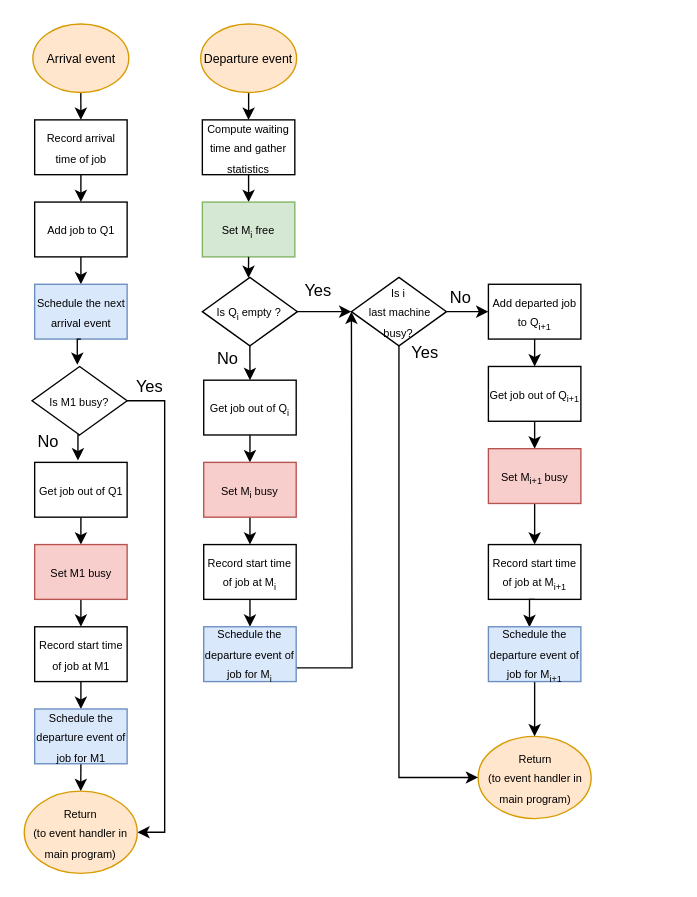
The draw.io diagram page "4.1.1" (1 of 2) of MIC.drawio in Chaiyachet211311/MIC-1CV50, before the edit. Source tidied: cells renumbered, new cells numbered last; positions are measured from the earlier drawing's top-left corner, leaving out a move shared by most shapes. Both pictures are drawn from the tidied source at 137%, with x=0, y=0 at pixel (23, 23).
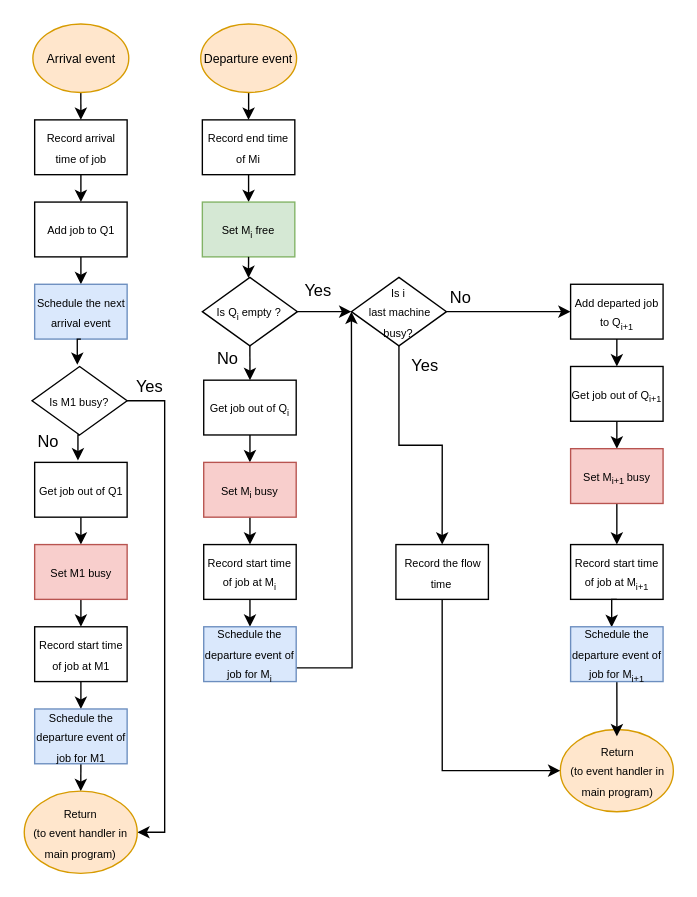
After the change.

Unchanged cells that the change refers to:
```xml
<mxCell id="42" value="&lt;font style=&quot;font-size: 8px;&quot;&gt;Is i&lt;/font&gt;&lt;div&gt;&lt;font style=&quot;font-size: 8px;&quot;&gt;&amp;nbsp;last machine busy?&lt;/font&gt;&lt;/div&gt;" style="rhombus;whiteSpace=wrap;html=1;" parent="1" vertex="1">
  <mxGeometry x="239" y="185" width="69.4" height="50" as="geometry" />
</mxCell>
```

Diff of the diagram source:
```diff
@@
-    <mxCell id="27" value="&lt;span style=&quot;font-size: 8px;&quot;&gt;Compute waiting time and gather statistics&lt;/span&gt;" style="rounded=0;whiteSpace=wrap;html=1;" parent="1" vertex="1">
+    <mxCell id="27" value="&lt;span style=&quot;font-size: 8px;&quot;&gt;Record end time of Mi&lt;/span&gt;" style="rounded=0;whiteSpace=wrap;html=1;" parent="1" vertex="1">
       <mxGeometry x="130.2" y="70" width="67.5" height="40" as="geometry" />
     </mxCell>
@@
     <mxCell id="39" value="&lt;font style=&quot;font-size: 8px;&quot;&gt;Return&lt;/font&gt;&lt;div&gt;&lt;font style=&quot;font-size: 8px;&quot;&gt;(to event handler in main program)&lt;/font&gt;&lt;/div&gt;" style="ellipse;whiteSpace=wrap;html=1;fillColor=#ffe6cc;strokeColor=#d79b00;" parent="1" vertex="1">
-      <mxGeometry x="331.5" y="520" width="82.5" height="60" as="geometry" />
+      <mxGeometry x="391.5" y="515" width="82.5" height="60" as="geometry" />
     </mxCell>
@@
-    <mxCell id="41" style="edgeStyle=orthogonalEdgeStyle;rounded=0;jettySize=auto;html=1;exitX=0.5;exitY=1;exitDx=0;exitDy=0;entryX=0;entryY=0.5;entryDx=0;entryDy=0;" parent="1" edge="1" source="42" target="39">
-      <mxGeometry relative="1" as="geometry" />
-    </mxCell>
+    <mxCell id="59" style="edgeStyle=orthogonalEdgeStyle;rounded=0;jettySize=auto;html=1;exitX=0.5;exitY=1;exitDx=0;exitDy=0;entryX=0.5;entryY=0;entryDx=0;entryDy=0;" parent="1" edge="1" source="42" target="61">
+      <mxGeometry relative="1" as="geometry" />
+    </mxCell>
@@
     <mxCell id="44" value="&lt;span style=&quot;font-size: 8px;&quot;&gt;Add departed job to Q&lt;sub&gt;i+1&lt;/sub&gt;&lt;/span&gt;" style="rounded=0;whiteSpace=wrap;html=1;" parent="1" vertex="1">
-      <mxGeometry x="339" y="190" width="67.5" height="40" as="geometry" />
+      <mxGeometry x="399" y="190" width="67.5" height="40" as="geometry" />
     </mxCell>
@@
     <mxCell id="46" value="&lt;span style=&quot;font-size: 8px;&quot;&gt;Get job out of Q&lt;sub&gt;i+1&lt;/sub&gt;&lt;/span&gt;" style="rounded=0;whiteSpace=wrap;html=1;" parent="1" vertex="1">
-      <mxGeometry x="339" y="250" width="67.5" height="40" as="geometry" />
+      <mxGeometry x="399" y="250" width="67.5" height="40" as="geometry" />
     </mxCell>
@@
     <mxCell id="48" value="&lt;span style=&quot;font-size: 8px;&quot;&gt;Set M&lt;sub&gt;i+1&lt;/sub&gt;&lt;/span&gt;&lt;span style=&quot;font-size: 8px;&quot;&gt;&lt;sub&gt;&amp;nbsp;&lt;/sub&gt;busy&lt;/span&gt;" style="rounded=0;whiteSpace=wrap;html=1;fillColor=#f8cecc;strokeColor=#b85450;" parent="1" vertex="1">
-      <mxGeometry x="339" y="310" width="67.5" height="40" as="geometry" />
+      <mxGeometry x="399" y="310" width="67.5" height="40" as="geometry" />
     </mxCell>
     <mxCell id="49" value="&lt;span style=&quot;font-size: 8px;&quot;&gt;Record start time of job at M&lt;sub&gt;i+1&lt;/sub&gt;&lt;/span&gt;" style="rounded=0;whiteSpace=wrap;html=1;" parent="1" vertex="1">
-      <mxGeometry x="339" y="380" width="67.5" height="40" as="geometry" />
+      <mxGeometry x="399" y="380" width="67.5" height="40" as="geometry" />
     </mxCell>
@@
     <mxCell id="53" value="Yes" style="text;html=1;whiteSpace=wrap;strokeColor=none;fillColor=none;align=center;verticalAlign=middle;rounded=0;" parent="1" vertex="1">
-      <mxGeometry x="278.4" y="235" width="30" height="10" as="geometry" />
+      <mxGeometry x="278.4" y="245" width="30" height="10" as="geometry" />
     </mxCell>
@@
-    <mxCell id="56" style="edgeStyle=orthogonalEdgeStyle;rounded=0;jettySize=auto;html=1;exitX=0.5;exitY=1;exitDx=0;exitDy=0;entryX=0.5;entryY=0;entryDx=0;entryDy=0;" parent="1" edge="1" source="57" target="39">
-      <mxGeometry relative="1" as="geometry" />
+    <mxCell id="56" style="edgeStyle=orthogonalEdgeStyle;rounded=0;jettySize=auto;html=1;exitX=0.5;exitY=1;exitDx=0;exitDy=0;entryX=0.5;entryY=0;entryDx=0;entryDy=0;" parent="1" edge="1" source="57">
+      <mxGeometry relative="1" as="geometry">
+        <mxPoint x="432.8" y="520" as="targetPoint" />
+      </mxGeometry>
     </mxCell>
     <mxCell id="57" value="&lt;font style=&quot;font-size: 8px;&quot;&gt;Schedule the departure event of job for M&lt;sub&gt;i+1&lt;/sub&gt;&lt;/font&gt;" style="rounded=0;whiteSpace=wrap;html=1;fillColor=#dae8fc;strokeColor=#6c8ebf;" parent="1" vertex="1">
-      <mxGeometry x="339" y="440" width="67.5" height="40" as="geometry" />
+      <mxGeometry x="399" y="440" width="67.5" height="40" as="geometry" />
     </mxCell>
@@
+    <mxCell id="60" style="edgeStyle=orthogonalEdgeStyle;rounded=0;jettySize=auto;html=1;exitX=0.5;exitY=1;exitDx=0;exitDy=0;entryX=0;entryY=0.5;entryDx=0;entryDy=0;" parent="1" edge="1" source="61" target="39">
+      <mxGeometry relative="1" as="geometry" />
+    </mxCell>
+    <mxCell id="61" value="&lt;span style=&quot;font-size: 8px;&quot;&gt;Record the flow time&amp;nbsp;&lt;/span&gt;" style="rounded=0;whiteSpace=wrap;html=1;" parent="1" vertex="1">
+      <mxGeometry x="271.5" y="380" width="67.5" height="40" as="geometry" />
+    </mxCell>
```
